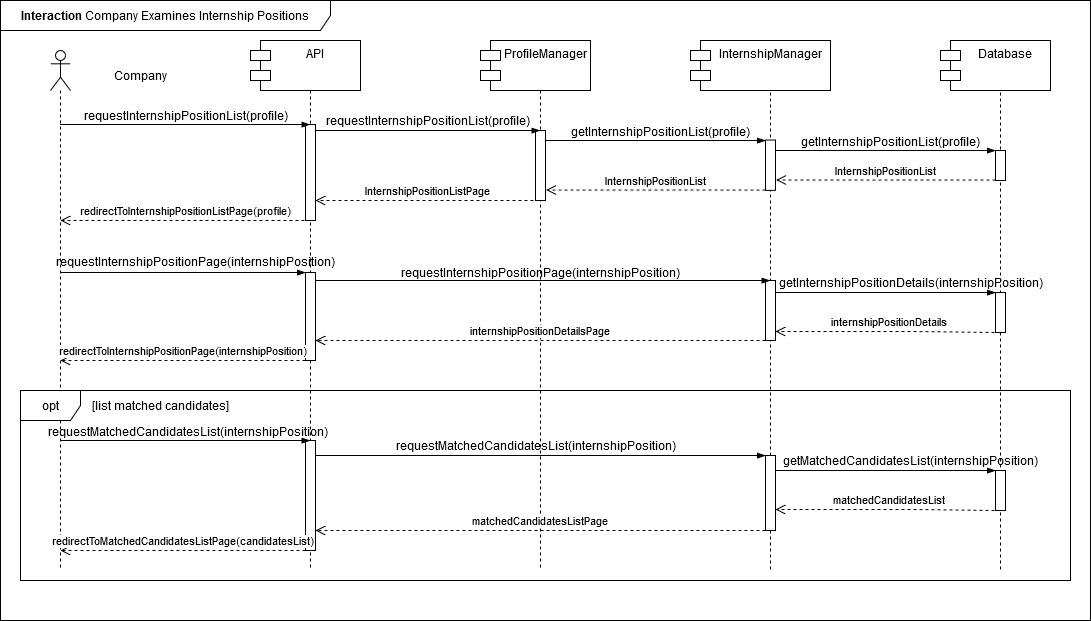
Earlier version of the draw.io export DD/Images/Interactions/INT11_CompanyExaminesInternshipPosition.drawio.png (edogriba/GribaldoRosa). Source tidied: cells renumbered, new cells last; positions are measured from the earlier drawing's top-left corner, leaving out a move shared by most shapes.
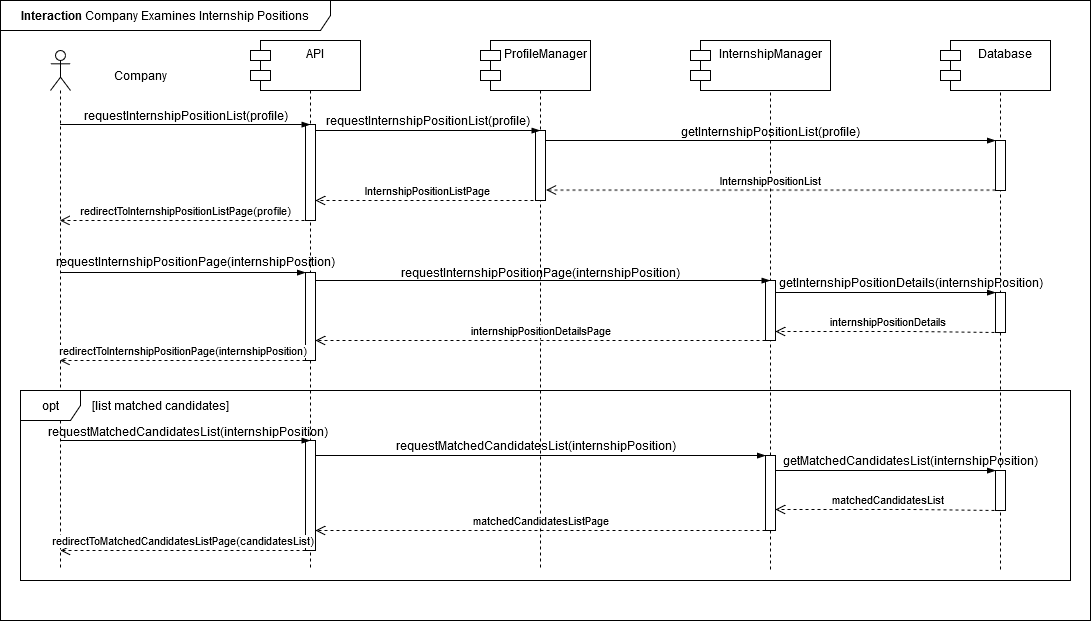
The same file after the commit.

Diff of the diagram source:
```diff
@@ -54,7 +54,7 @@
       <mxGeometry x="950" y="40" width="100" height="530" as="geometry" />
     </mxCell>
     <mxCell id="17" style="html=1;points=[[0,0,0,0,5],[0,1,0,0,-5],[1,0,0,0,5],[1,1,0,0,-5]];perimeter=orthogonalPerimeter;outlineConnect=0;targetShapes=umlLifeline;portConstraint=eastwest;newEdgeStyle={&quot;curved&quot;:0,&quot;rounded&quot;:0};" parent="16" vertex="1">
-      <mxGeometry x="45" y="110" width="10" height="30" as="geometry" />
+      <mxGeometry x="45" y="100" width="10" height="50" as="geometry" />
     </mxCell>
     <mxCell id="18" style="html=1;points=[[0,0,0,0,5],[0,1,0,0,-5],[1,0,0,0,5],[1,1,0,0,-5]];perimeter=orthogonalPerimeter;outlineConnect=0;targetShapes=umlLifeline;portConstraint=eastwest;newEdgeStyle={&quot;curved&quot;:0,&quot;rounded&quot;:0};" parent="16" vertex="1">
       <mxGeometry x="45" y="252" width="10" height="40" as="geometry" />
@@ -225,49 +225,23 @@
       </mxGeometry>
     </mxCell>
     <mxCell id="48" value="getInternshipPositionList(profile)" style="text;html=1;align=center;verticalAlign=middle;strokeColor=none;fillColor=none;" parent="1" vertex="1">
-      <mxGeometry x="560" y="116" width="200" height="30" as="geometry" />
+      <mxGeometry x="670" y="116" width="200" height="30" as="geometry" />
     </mxCell>
-    <mxCell id="49" value="InternshipPositionList" style="html=1;verticalAlign=bottom;endArrow=open;dashed=1;endSize=8;curved=0;rounded=0;" parent="1" edge="1">
-      <mxGeometry relative="1" as="geometry">
-        <mxPoint x="995" y="179.6" as="sourcePoint" />
-        <mxPoint x="775" y="179.6" as="targetPoint" />
-        <Array as="points">
-          <mxPoint x="775.8" y="179.6" />
-        </Array>
-      </mxGeometry>
-    </mxCell>
-    <mxCell id="50" style="edgeStyle=elbowEdgeStyle;fontSize=12;html=1;endArrow=blockThin;endFill=1;rounded=0;elbow=vertical;" parent="1" edge="1">
+    <mxCell id="50" style="edgeStyle=elbowEdgeStyle;fontSize=12;html=1;endArrow=blockThin;endFill=1;rounded=0;elbow=vertical;" parent="1" edge="1" target="17">
       <mxGeometry x="-0.04" y="30" relative="1" as="geometry">
         <mxPoint x="545" y="140" as="sourcePoint" />
-        <mxPoint x="765" y="140" as="targetPoint" />
         <Array as="points">
           <mxPoint x="665" y="140" />
         </Array>
       </mxGeometry>
     </mxCell>
-    <mxCell id="51" value="getInternshipPositionList(profile)" style="text;html=1;align=center;verticalAlign=middle;strokeColor=none;fillColor=none;" parent="1" vertex="1">
-      <mxGeometry x="790" y="126" width="200" height="30" as="geometry" />
-    </mxCell>
-    <mxCell id="52" style="edgeStyle=elbowEdgeStyle;fontSize=12;html=1;endArrow=blockThin;endFill=1;rounded=0;elbow=vertical;" parent="1" edge="1">
-      <mxGeometry x="-0.04" y="30" relative="1" as="geometry">
-        <mxPoint x="775" y="150" as="sourcePoint" />
-        <mxPoint x="995" y="150" as="targetPoint" />
-        <Array as="points">
-          <mxPoint x="895" y="150" />
-        </Array>
-      </mxGeometry>
-    </mxCell>
-    <mxCell id="53" value="InternshipPositionList" style="html=1;verticalAlign=bottom;endArrow=open;dashed=1;endSize=8;curved=0;rounded=0;" parent="1" edge="1">
+    <mxCell id="53" value="InternshipPositionList" style="html=1;verticalAlign=bottom;endArrow=open;dashed=1;endSize=8;curved=0;rounded=0;" parent="1" edge="1" source="17">
       <mxGeometry relative="1" as="geometry">
-        <mxPoint x="765" y="189.6" as="sourcePoint" />
         <mxPoint x="545" y="189.6" as="targetPoint" />
         <Array as="points">
           <mxPoint x="545.8" y="189.6" />
         </Array>
       </mxGeometry>
     </mxCell>
-    <mxCell id="54" style="html=1;perimeter=orthogonalPerimeter;targetShapes=umlLifeline;newEdgeStyle={&quot;curved&quot;:0,&quot;rounded&quot;:0};" parent="1" vertex="1">
-      <mxGeometry x="765" y="139.6" width="10" height="50.4" as="geometry" />
-    </mxCell>
   </root>
 </mxGraphModel>
```
